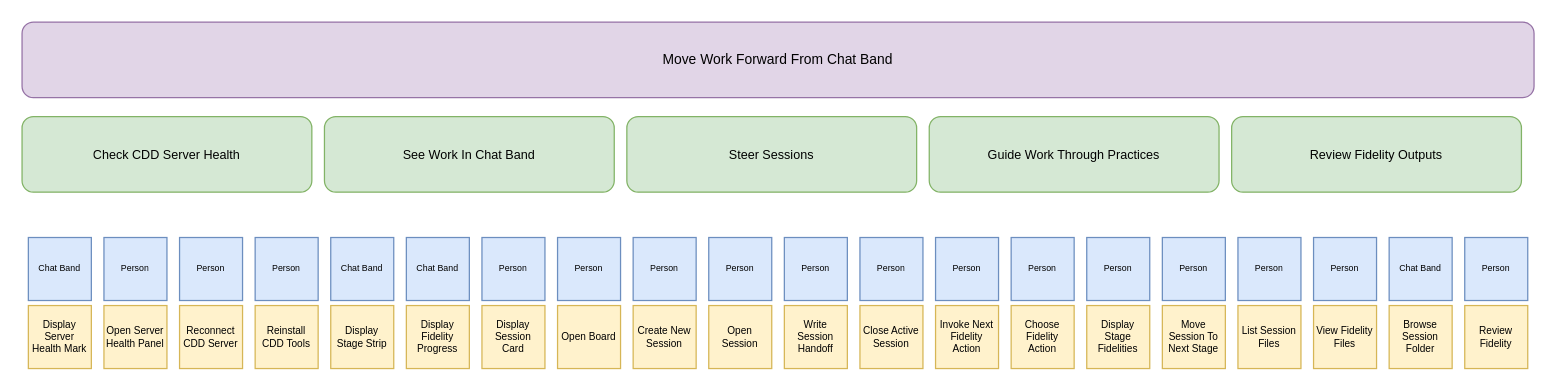
Earlier version of the draw.io diagram harness/chat-ui/.context/story-map.drawio (abd-works/abd-context-driven-delivery). Source tidied: cells renumbered, new cells numbered last; positions are measured from the earlier drawing's top-left corner, leaving out a move shared by most shapes. Both pictures are drawn from the tidied source at 126%, with x=0, y=0 at pixel (21, 21).
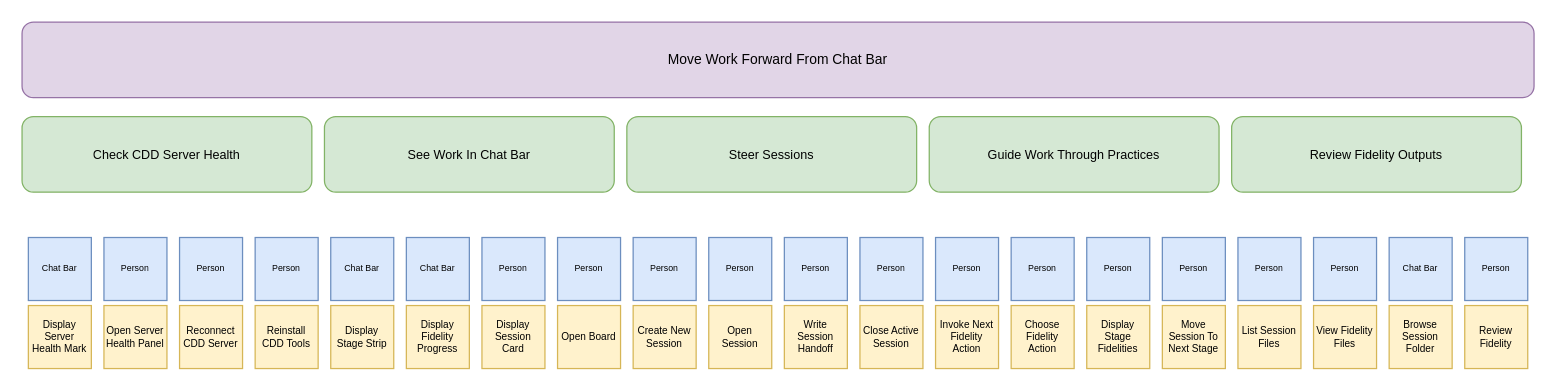
The same page after the edit.

Commit message (it also covers changes not shown here):
Chat bar model: ChatBar, Fidelity, and Stage clients and views; chat band renamed chat bar

Change to the diagram source:
```diff
@@
-    <mxCell id="2" value="Move Work Forward From Chat Band" style="epic;rounded=1;whiteSpace=wrap;html=1;overflow=hidden;fillColor=#e1d5e7;strokeColor=#9673a6;fontColor=#000000;fontSize=11;" parent="1" vertex="1">
-      <mxGeometry width="1200" height="60" as="geometry" />
-    </mxCell>
+    <mxCell id="48" value="Move Work Forward From Chat Bar" style="epic;rounded=1;whiteSpace=wrap;html=1;overflow=hidden;fillColor=#e1d5e7;strokeColor=#9673a6;fontColor=#000000;fontSize=11;" parent="1" vertex="1">
+      <mxGeometry width="1200" height="60" as="geometry" />
+    </mxCell>
@@
-    <mxCell id="4" value="Chat Band" style="actor;whiteSpace=wrap;html=1;overflow=hidden;fillColor=#dae8fc;strokeColor=#6c8ebf;fontColor=#000000;fontSize=7;" parent="1" vertex="1">
-      <mxGeometry x="5" y="171" width="50" height="50" as="geometry" />
-    </mxCell>
+    <mxCell id="49" value="Chat Bar" style="actor;whiteSpace=wrap;html=1;overflow=hidden;fillColor=#dae8fc;strokeColor=#6c8ebf;fontColor=#000000;fontSize=7;" parent="1" vertex="1">
+      <mxGeometry x="5" y="171" width="50" height="50" as="geometry" />
+    </mxCell>
@@
-    <mxCell id="12" value="See Work In Chat Band" style="subepic:0;rounded=1;whiteSpace=wrap;html=1;overflow=hidden;fillColor=#d5e8d4;strokeColor=#82b366;fontColor=#000000;fontSize=10;" parent="1" vertex="1">
-      <mxGeometry x="240" y="75" width="230" height="60" as="geometry" />
-    </mxCell>
-    <mxCell id="13" value="Chat Band" style="actor;whiteSpace=wrap;html=1;overflow=hidden;fillColor=#dae8fc;strokeColor=#6c8ebf;fontColor=#000000;fontSize=7;" parent="1" vertex="1">
-      <mxGeometry x="245" y="171" width="50" height="50" as="geometry" />
-    </mxCell>
+    <mxCell id="50" value="See Work In Chat Bar" style="subepic:0;rounded=1;whiteSpace=wrap;html=1;overflow=hidden;fillColor=#d5e8d4;strokeColor=#82b366;fontColor=#000000;fontSize=10;" parent="1" vertex="1">
+      <mxGeometry x="240" y="75" width="230" height="60" as="geometry" />
+    </mxCell>
+    <mxCell id="51" value="Chat Bar" style="actor;whiteSpace=wrap;html=1;overflow=hidden;fillColor=#dae8fc;strokeColor=#6c8ebf;fontColor=#000000;fontSize=7;" parent="1" vertex="1">
+      <mxGeometry x="245" y="171" width="50" height="50" as="geometry" />
+    </mxCell>
@@
-    <mxCell id="15" value="Chat Band" style="actor;whiteSpace=wrap;html=1;overflow=hidden;fillColor=#dae8fc;strokeColor=#6c8ebf;fontColor=#000000;fontSize=7;" parent="1" vertex="1">
-      <mxGeometry x="305" y="171" width="50" height="50" as="geometry" />
-    </mxCell>
+    <mxCell id="52" value="Chat Bar" style="actor;whiteSpace=wrap;html=1;overflow=hidden;fillColor=#dae8fc;strokeColor=#6c8ebf;fontColor=#000000;fontSize=7;" parent="1" vertex="1">
+      <mxGeometry x="305" y="171" width="50" height="50" as="geometry" />
+    </mxCell>
@@
-    <mxCell id="44" value="Chat Band" style="actor;whiteSpace=wrap;html=1;overflow=hidden;fillColor=#dae8fc;strokeColor=#6c8ebf;fontColor=#000000;fontSize=7;" parent="1" vertex="1">
-      <mxGeometry x="1085" y="171" width="50" height="50" as="geometry" />
-    </mxCell>
+    <mxCell id="53" value="Chat Bar" style="actor;whiteSpace=wrap;html=1;overflow=hidden;fillColor=#dae8fc;strokeColor=#6c8ebf;fontColor=#000000;fontSize=7;" parent="1" vertex="1">
+      <mxGeometry x="1085" y="171" width="50" height="50" as="geometry" />
+    </mxCell>
```
